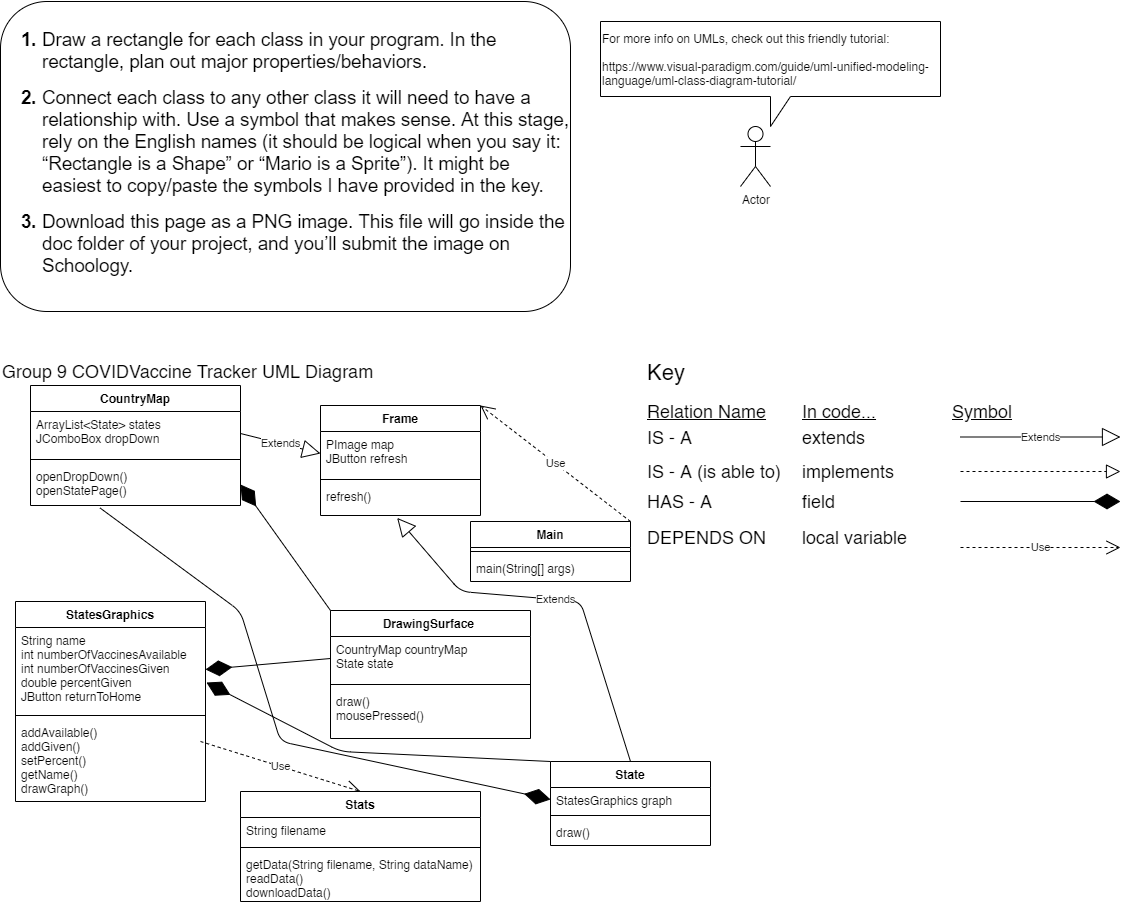
The draw.io diagram CapstoneCOVIDVaccineTrackerProject/doc/UML.png in HHSAPCompSci2020/capstone-project-group-9-nsr, before a commit. Source tidied: cells renumbered, new cells last; positions are measured from the earlier drawing's top-left corner, leaving out a move shared by most shapes.
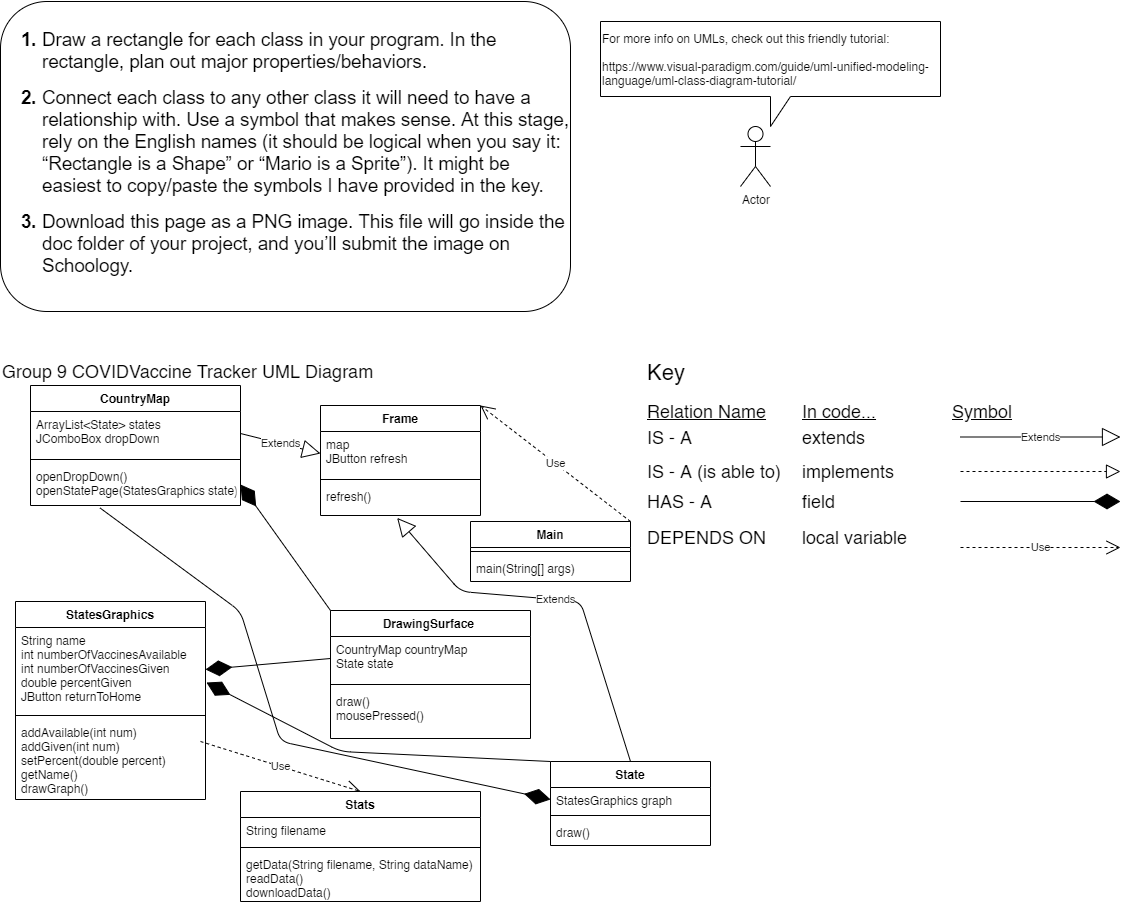
The same diagram one commit later.

Diff of the diagram source:
```diff
@@ -80,13 +80,13 @@
     <mxCell id="24" style="line;strokeWidth=1;fillColor=none;align=left;verticalAlign=middle;spacingTop=-1;spacingLeft=3;spacingRight=3;labelPosition=right;" parent="22" vertex="1">
       <mxGeometry y="70" width="210" height="8" as="geometry" />
     </mxCell>
-    <mxCell id="25" value="openDropDown()&#10;openStatePage()" style="text;strokeColor=none;fillColor=none;align=left;verticalAlign=top;spacingLeft=4;spacingRight=4;overflow=hidden;points=[[0,0.5],[1,0.5]];portConstraint=eastwest;" parent="22" vertex="1">
+    <mxCell id="25" value="openDropDown()&#10;openStatePage(StatesGraphics state)" style="text;strokeColor=none;fillColor=none;align=left;verticalAlign=top;spacingLeft=4;spacingRight=4;overflow=hidden;points=[[0,0.5],[1,0.5]];portConstraint=eastwest;" parent="22" vertex="1">
       <mxGeometry y="78" width="210" height="42" as="geometry" />
     </mxCell>
     <mxCell id="26" value="Frame" style="swimlane;fontStyle=1;align=center;verticalAlign=top;horizontal=1;startSize=26;" parent="1" vertex="1">
       <mxGeometry x="320" y="404" width="160" height="110" as="geometry" />
     </mxCell>
-    <mxCell id="27" value="PImage map&#10;JButton refresh&#10;" style="text;strokeColor=none;fillColor=none;align=left;verticalAlign=top;spacingLeft=4;spacingRight=4;overflow=hidden;points=[[0,0.5],[1,0.5]];portConstraint=eastwest;" parent="26" vertex="1">
+    <mxCell id="27" value="map&#10;JButton refresh&#10;" style="text;strokeColor=none;fillColor=none;align=left;verticalAlign=top;spacingLeft=4;spacingRight=4;overflow=hidden;points=[[0,0.5],[1,0.5]];portConstraint=eastwest;" parent="26" vertex="1">
       <mxGeometry y="26" width="160" height="44" as="geometry" />
     </mxCell>
     <mxCell id="28" style="line;strokeWidth=1;fillColor=none;align=left;verticalAlign=middle;spacingTop=-1;spacingLeft=3;spacingRight=3;labelPosition=right;" parent="26" vertex="1">
@@ -96,7 +96,7 @@
       <mxGeometry y="78" width="160" height="32" as="geometry" />
     </mxCell>
     <mxCell id="30" value="StatesGraphics" style="swimlane;fontStyle=1;align=center;verticalAlign=top;horizontal=1;startSize=26;" parent="1" vertex="1">
-      <mxGeometry x="15" y="600" width="190" height="200" as="geometry" />
+      <mxGeometry x="15" y="600" width="190" height="198" as="geometry" />
     </mxCell>
     <mxCell id="31" value="String name&#10;int numberOfVaccinesAvailable&#10;int numberOfVaccinesGiven&#10;double percentGiven&#10;JButton returnToHome" style="text;strokeColor=none;fillColor=none;align=left;verticalAlign=top;spacingLeft=4;spacingRight=4;overflow=hidden;points=[[0,0.5],[1,0.5]];portConstraint=eastwest;" parent="30" vertex="1">
       <mxGeometry y="26" width="190" height="84" as="geometry" />
@@ -109,8 +109,8 @@
         <mxPoint x="185" y="140" as="sourcePoint" />
       </mxGeometry>
     </mxCell>
-    <mxCell id="34" value="addAvailable()&#10;addGiven()&#10;setPercent()&#10;getName()&#10;drawGraph()&#10;" style="text;strokeColor=none;fillColor=none;align=left;verticalAlign=top;spacingLeft=4;spacingRight=4;overflow=hidden;" parent="30" vertex="1">
-      <mxGeometry y="118" width="190" height="82" as="geometry" />
+    <mxCell id="34" value="addAvailable(int num)&#10;addGiven(int num)&#10;setPercent(double percent)&#10;getName()&#10;drawGraph()&#10;" style="text;strokeColor=none;fillColor=none;align=left;verticalAlign=top;spacingLeft=4;spacingRight=4;overflow=hidden;" parent="30" vertex="1">
+      <mxGeometry y="118" width="190" height="80" as="geometry" />
     </mxCell>
     <mxCell id="35" style="endArrow=diamondThin;endFill=1;endSize=24;html=1;exitX=0.331;exitY=1.058;exitDx=0;exitDy=0;exitPerimeter=0;entryX=0;entryY=0.5;entryDx=0;entryDy=0;" parent="1" edge="1" source="25" target="53">
       <mxGeometry relative="1" as="geometry">
```
